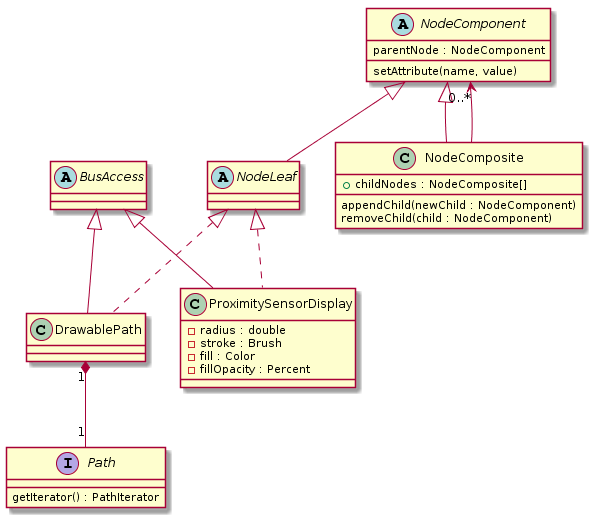
Above: Entwurf/diagrams/ParkingSensor/v3/classdiagram_userdevice.png in uzdry/PSE (PlantUML), before the change.
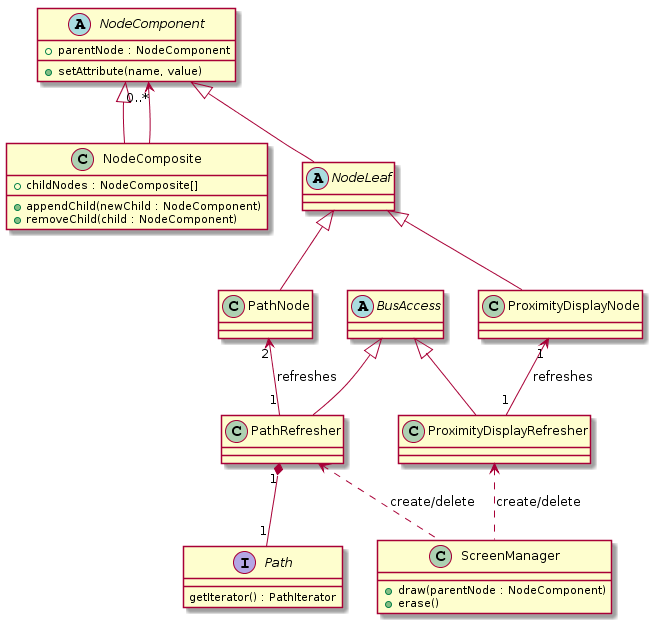
The same file after the commit.

Change to the diagram source:
```diff
@@ -1,28 +1,37 @@
 @startuml
+class ScreenManager {
++draw(parentNode : NodeComponent)
++erase()
+}
+
+class PathNode {
+
+}
+
+class ProximityDisplayNode {
+
+}
+
 abstract class BusAccess {
 
 }
 
-class DrawablePath {
+class PathRefresher {
 }
 
-class ProximitySensorDisplay {
--radius : double
--stroke : Brush
--fill : Color
--fillOpacity : Percent
+class ProximityDisplayRefresher {
 }
 
 abstract class NodeComponent {
-parentNode : NodeComponent
++parentNode : NodeComponent
 
-setAttribute(name, value)
++setAttribute(name, value)
 }
 
 class NodeComposite {
 +childNodes : NodeComposite[]
-appendChild(newChild : NodeComponent)
-removeChild(child : NodeComponent)
++appendChild(newChild : NodeComponent)
++removeChild(child : NodeComponent)
 }
 
 interface Path {
@@ -35,15 +44,21 @@
 }
 
 
-NodeLeaf <|.. DrawablePath
-DrawablePath "1" *-- "1" Path
+PathRefresher "1" *-- "1" Path
 NodeComponent <|-- NodeComposite
 NodeComponent "0..*" <-- NodeComposite
 
 NodeComponent <|-- NodeLeaf
 
-NodeLeaf <|.. ProximitySensorDisplay
+BusAccess <|-- PathRefresher
+BusAccess <|-- ProximityDisplayRefresher
 
-BusAccess <|-- DrawablePath
-BusAccess <|-- ProximitySensorDisplay
+NodeLeaf <|-- PathNode
+NodeLeaf <|--ProximityDisplayNode
+
+PathNode "2" <-- "1" PathRefresher : refreshes
+ProximityDisplayNode "1" <-- "1" ProximityDisplayRefresher : refreshes
+
+PathRefresher <.. ScreenManager : "create/delete"
+ProximityDisplayRefresher <.. ScreenManager : "create/delete"
 @enduml
```
